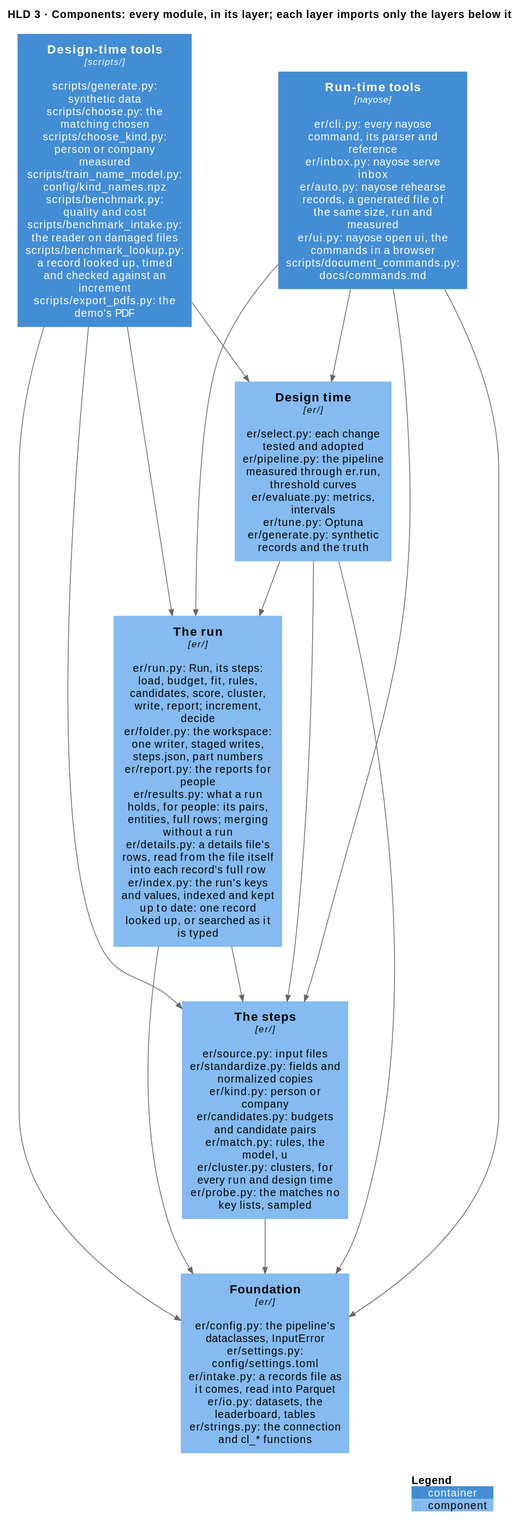
Before: docs/diagrams/components.svg, a diagram exported from PlantUML (mvsbm/entity_matching). The source it was exported from:
```plantuml
@startuml
!include <C4/C4_Component>
LAYOUT_TOP_DOWN()
HIDE_STEREOTYPE()
title HLD 3 · Components: every module, in its layer; each layer imports only the layers below it

Container(tools_run, "Run-time tools", "nayose", "er/cli.py: every nayose command, its parser and reference\ner/inbox.py: nayose serve inbox\ner/auto.py: nayose rehearse records, a generated file of the same size, run and measured\ner/ui.py: nayose open ui, the commands in a browser\nscripts/document_commands.py: docs/commands.md")
Container(tools_design, "Design-time tools", "scripts/", "scripts/generate.py: synthetic data\nscripts/choose.py: the matching chosen\nscripts/choose_kind.py: person or company measured\nscripts/train_name_model.py: config/kind_names.npz\nscripts/benchmark.py: quality and cost\nscripts/benchmark_intake.py: the reader on damaged files\nscripts/benchmark_lookup.py: a record looked up, timed and checked against an increment\nscripts/export_pdfs.py: the demo's PDF")

Component(run, "The run", "er/", "er/run.py: Run, its steps: load, budget, fit, rules, candidates, score, cluster, write, report; increment, decide\ner/folder.py: the workspace: one writer, staged writes, steps.json, part numbers\ner/report.py: the reports for people\ner/results.py: what a run holds, for people: its pairs, entities, full rows; merging without a run\ner/details.py: a details file's rows, read from the file itself into each record's full row\ner/index.py: the run's keys and values, indexed and kept up to date: one record looked up, or searched as it is typed")
Component(design, "Design time", "er/", "er/select.py: each change tested and adopted\ner/pipeline.py: the pipeline measured through er.run, threshold curves\ner/evaluate.py: metrics, intervals\ner/tune.py: Optuna\ner/generate.py: synthetic records and the truth")
Component(steps, "The steps", "er/", "er/source.py: input files\ner/standardize.py: fields and normalized copies\ner/kind.py: person or company\ner/candidates.py: budgets and candidate pairs\ner/match.py: rules, the model, u\ner/cluster.py: clusters, for every run and design time\ner/probe.py: the matches no key lists, sampled")
Component(configuration, "Foundation", "er/", "er/config.py: the pipeline's dataclasses, InputError\ner/settings.py: config/settings.toml\ner/intake.py: a records file as it comes, read into Parquet\ner/io.py: datasets, the leaderboard, tables\ner/strings.py: the connection and cl_* functions")

Rel_D(tools_run, run, "")
Rel_D(tools_run, steps, "")
Rel_D(tools_run, configuration, "")
Rel_D(tools_run, design, "")
Rel_D(tools_design, run, "")
Rel_D(tools_design, design, "")
Rel_D(tools_design, steps, "")
Rel_D(tools_design, configuration, "")
Rel_D(run, steps, "")
Rel_D(run, configuration, "")
Rel_D(design, run, "")
Rel_D(design, steps, "")
Rel_D(design, configuration, "")
Rel_D(steps, configuration, "")

SHOW_LEGEND()
@enduml
```
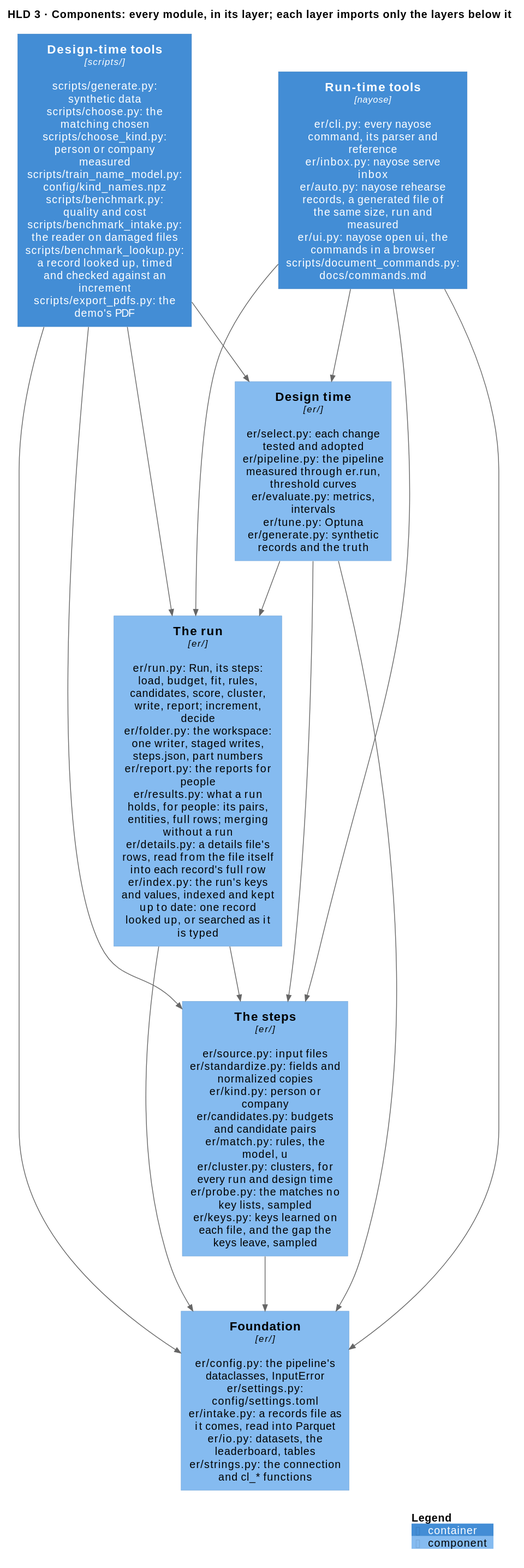
Above is the later version.

Diff of the diagram source:
```diff
@@ -9,7 +9,7 @@
 
 Component(run, "The run", "er/", "er/run.py: Run, its steps: load, budget, fit, rules, candidates, score, cluster, write, report; increment, decide\ner/folder.py: the workspace: one writer, staged writes, steps.json, part numbers\ner/report.py: the reports for people\ner/results.py: what a run holds, for people: its pairs, entities, full rows; merging without a run\ner/details.py: a details file's rows, read from the file itself into each record's full row\ner/index.py: the run's keys and values, indexed and kept up to date: one record looked up, or searched as it is typed")
 Component(design, "Design time", "er/", "er/select.py: each change tested and adopted\ner/pipeline.py: the pipeline measured through er.run, threshold curves\ner/evaluate.py: metrics, intervals\ner/tune.py: Optuna\ner/generate.py: synthetic records and the truth")
-Component(steps, "The steps", "er/", "er/source.py: input files\ner/standardize.py: fields and normalized copies\ner/kind.py: person or company\ner/candidates.py: budgets and candidate pairs\ner/match.py: rules, the model, u\ner/cluster.py: clusters, for every run and design time\ner/probe.py: the matches no key lists, sampled")
+Component(steps, "The steps", "er/", "er/source.py: input files\ner/standardize.py: fields and normalized copies\ner/kind.py: person or company\ner/candidates.py: budgets and candidate pairs\ner/match.py: rules, the model, u\ner/cluster.py: clusters, for every run and design time\ner/probe.py: the matches no key lists, sampled\ner/keys.py: keys learned on each file, and the gap the keys leave, sampled")
 Component(configuration, "Foundation", "er/", "er/config.py: the pipeline's dataclasses, InputError\ner/settings.py: config/settings.toml\ner/intake.py: a records file as it comes, read into Parquet\ner/io.py: datasets, the leaderboard, tables\ner/strings.py: the connection and cl_* functions")
 
 Rel_D(tools_run, run, "")
```
